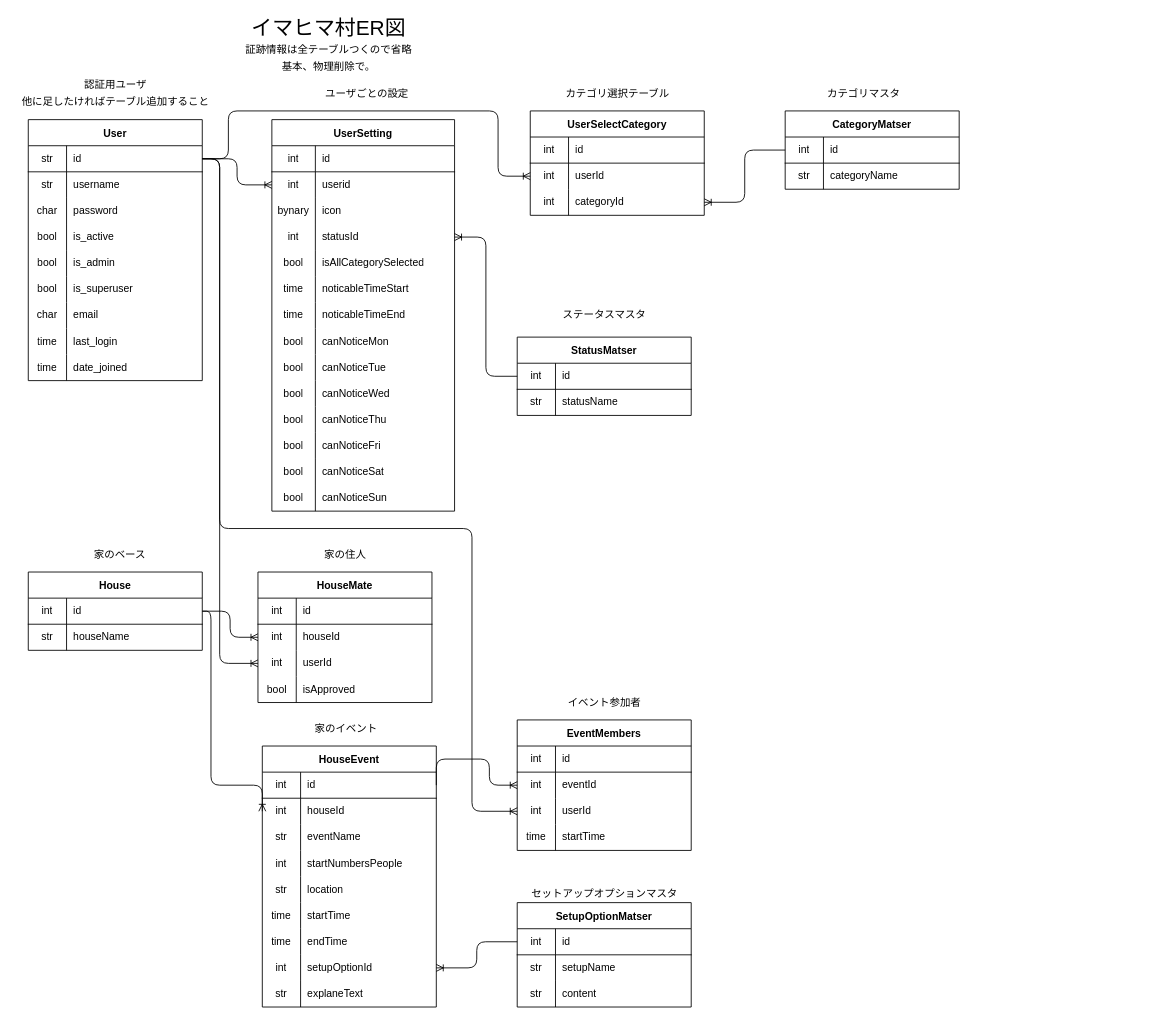
The draw.io diagram server/imahima_mura/ER.drawio in jafady/imahima_mura, before the edit. Source tidied: cells renumbered, new cells numbered last; positions are measured from the earlier drawing's top-left corner, leaving out a move shared by most shapes. Both pictures are drawn from the tidied source at 87%, with x=0, y=0 at pixel (15, 15).
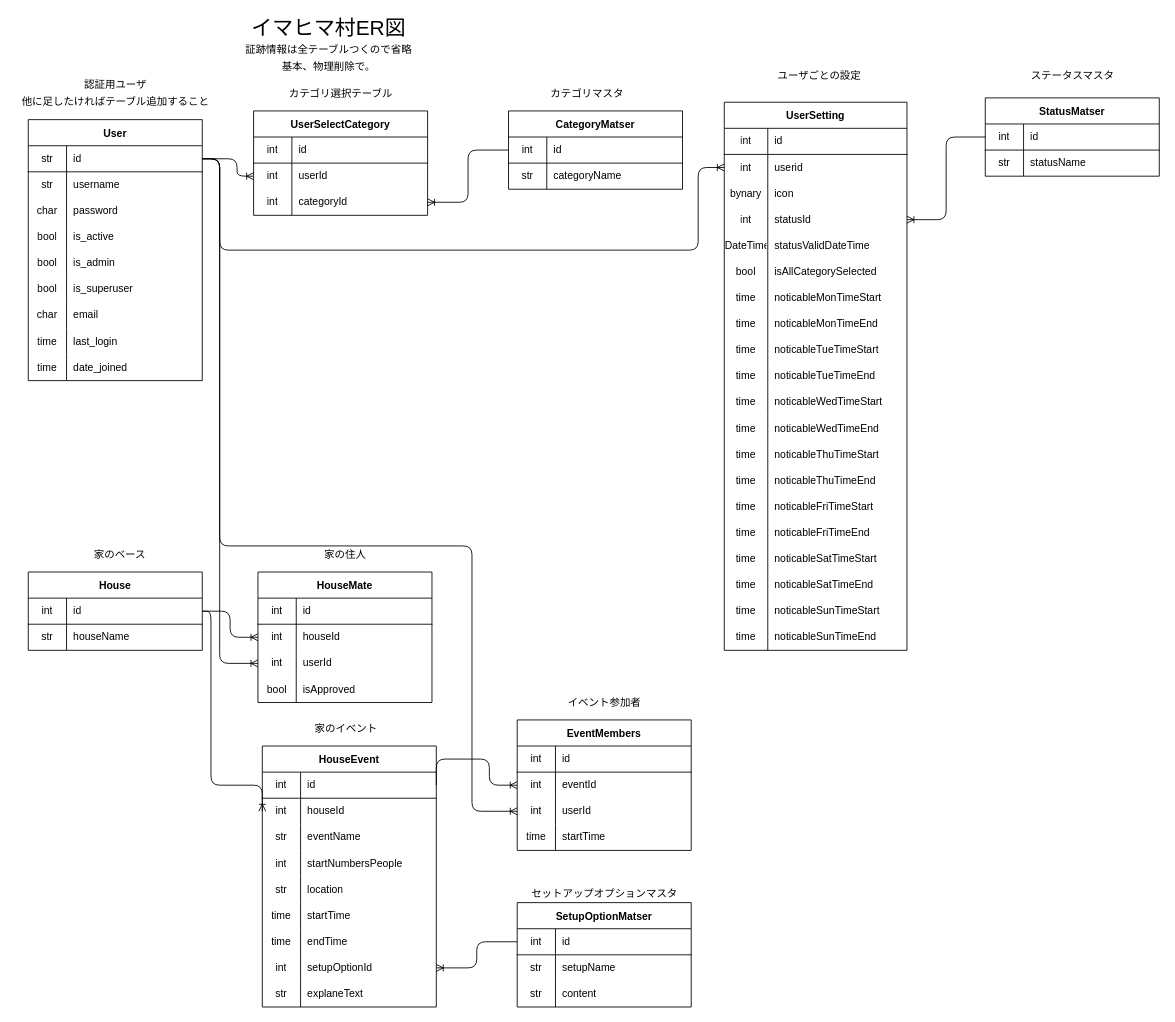
After the change.

Commit message (it also covers changes not shown here):
仕様整理(ステータスとヒマ時間)

Unchanged cells that the change refers to:
```xml
<mxCell id="3" style="shape=partialRectangle;html=1;whiteSpace=wrap;fillColor=none;top=0;left=0;bottom=1;right=0;points=[[0,0.5],[1,0.5]];portConstraint=eastwest;" parent="2" vertex="1">
  <mxGeometry y="30" width="200" height="30" as="geometry" />
</mxCell>
<mxCell id="37" style="shape=partialRectangle;html=1;whiteSpace=wrap;fillColor=none;top=0;left=0;bottom=0;right=0;points=[[0,0.5],[1,0.5]];portConstraint=eastwest;" parent="33" vertex="1">
  <mxGeometry y="60" width="210" height="30" as="geometry" />
</mxCell>
<mxCell id="58" style="shape=partialRectangle;html=1;whiteSpace=wrap;fillColor=none;top=0;left=0;bottom=0;right=0;" parent="33" vertex="1">
  <mxGeometry y="270" width="210" height="30" as="geometry" />
</mxCell>
<mxCell id="61" style="shape=partialRectangle;html=1;whiteSpace=wrap;fillColor=none;top=0;left=0;bottom=0;right=0;" parent="33" vertex="1">
  <mxGeometry y="300" width="210" height="30" as="geometry" />
</mxCell>
<mxCell id="64" style="shape=partialRectangle;html=1;whiteSpace=wrap;fillColor=none;top=0;left=0;bottom=0;right=0;" parent="33" vertex="1">
  <mxGeometry y="330" width="210" height="30" as="geometry" />
</mxCell>
<mxCell id="67" style="shape=partialRectangle;html=1;whiteSpace=wrap;fillColor=none;top=0;left=0;bottom=0;right=0;" parent="33" vertex="1">
  <mxGeometry y="360" width="210" height="30" as="geometry" />
</mxCell>
<mxCell id="70" style="shape=partialRectangle;html=1;whiteSpace=wrap;fillColor=none;top=0;left=0;bottom=0;right=0;" parent="33" vertex="1">
  <mxGeometry y="390" width="210" height="30" as="geometry" />
</mxCell>
<mxCell id="73" style="shape=partialRectangle;html=1;whiteSpace=wrap;fillColor=none;top=0;left=0;bottom=0;right=0;" parent="33" vertex="1">
  <mxGeometry y="420" width="210" height="30" as="geometry" />
</mxCell>
<mxCell id="83" style="shape=partialRectangle;html=1;whiteSpace=wrap;fillColor=none;top=0;left=0;bottom=0;right=0;points=[[0,0.5],[1,0.5]];portConstraint=eastwest;" parent="79" vertex="1">
  <mxGeometry y="60" width="200" height="30" as="geometry" />
</mxCell>
<mxCell id="182" style="shape=partialRectangle;html=1;whiteSpace=wrap;fillColor=none;top=0;left=0;bottom=0;right=0;points=[[0,0.5],[1,0.5]];portConstraint=eastwest;" parent="175" vertex="1">
  <mxGeometry y="90" width="200" height="30" as="geometry" />
</mxCell>
```

The edit, as a diff of the source:
```diff
@@
     <mxCell id="32" value="ユーザごとの設定" style="text;html=1;align=center;verticalAlign=middle;strokeColor=none;" parent="1" vertex="1">
-      <mxGeometry x="349" y="80" width="110" height="20" as="geometry" />
+      <mxGeometry x="869" y="60" width="110" height="20" as="geometry" />
     </mxCell>
     <mxCell id="33" value="UserSetting" style="shape=table;startSize=30;childLayout=tableLayout;rowLines=0;fontStyle=1;align=center;" parent="1" vertex="1">
-      <mxGeometry x="295" y="120" width="210" height="450" as="geometry" />
+      <mxGeometry x="815" y="100" width="210" height="630" as="geometry" />
     </mxCell>
@@
+    <mxCell id="192" style="shape=partialRectangle;html=1;whiteSpace=wrap;fillColor=none;top=0;left=0;bottom=0;right=0;" parent="33" vertex="1">
+      <mxGeometry y="150" width="210" height="30" as="geometry" />
+    </mxCell>
+    <mxCell id="193" value="DateTime" style="shape=partialRectangle;html=1;whiteSpace=wrap;fillColor=none;top=0;left=0;bottom=0;right=0;overflow=hidden;" parent="192" vertex="1">
+      <mxGeometry width="50" height="30" as="geometry" />
+    </mxCell>
+    <mxCell id="194" value="statusValidDateTime" style="shape=partialRectangle;html=1;whiteSpace=wrap;fillColor=none;top=0;left=0;bottom=0;right=0;align=left;spacingLeft=6;overflow=hidden;" parent="192" vertex="1">
+      <mxGeometry x="50" width="160" height="30" as="geometry" />
+    </mxCell>
     <mxCell id="46" style="shape=partialRectangle;html=1;whiteSpace=wrap;fillColor=none;top=0;left=0;bottom=0;right=0;" parent="33" vertex="1">
-      <mxGeometry y="150" width="210" height="30" as="geometry" />
+      <mxGeometry y="180" width="210" height="30" as="geometry" />
     </mxCell>
@@
     <mxCell id="49" style="shape=partialRectangle;html=1;whiteSpace=wrap;fillColor=none;top=0;left=0;bottom=0;right=0;" parent="33" vertex="1">
-      <mxGeometry y="180" width="210" height="30" as="geometry" />
+      <mxGeometry y="210" width="210" height="30" as="geometry" />
     </mxCell>
@@
-    <mxCell id="51" value="noticableTimeStart" style="shape=partialRectangle;html=1;whiteSpace=wrap;fillColor=none;top=0;left=0;bottom=0;right=0;align=left;spacingLeft=6;overflow=hidden;" parent="49" vertex="1">
+    <mxCell id="51" value="noticableMonTimeStart" style="shape=partialRectangle;html=1;whiteSpace=wrap;fillColor=none;top=0;left=0;bottom=0;right=0;align=left;spacingLeft=6;overflow=hidden;" parent="49" vertex="1">
       <mxGeometry x="50" width="160" height="30" as="geometry" />
     </mxCell>
     <mxCell id="52" style="shape=partialRectangle;html=1;whiteSpace=wrap;fillColor=none;top=0;left=0;bottom=0;right=0;" parent="33" vertex="1">
-      <mxGeometry y="210" width="210" height="30" as="geometry" />
+      <mxGeometry y="240" width="210" height="30" as="geometry" />
     </mxCell>
@@
-    <mxCell id="54" value="noticableTimeEnd" style="shape=partialRectangle;html=1;whiteSpace=wrap;fillColor=none;top=0;left=0;bottom=0;right=0;align=left;spacingLeft=6;overflow=hidden;" parent="52" vertex="1">
+    <mxCell id="54" value="noticableMonTimeEnd" style="shape=partialRectangle;html=1;whiteSpace=wrap;fillColor=none;top=0;left=0;bottom=0;right=0;align=left;spacingLeft=6;overflow=hidden;" parent="52" vertex="1">
       <mxGeometry x="50" width="160" height="30" as="geometry" />
     </mxCell>
-    <mxCell id="55" style="shape=partialRectangle;html=1;whiteSpace=wrap;fillColor=none;top=0;left=0;bottom=0;right=0;" parent="33" vertex="1">
-      <mxGeometry y="240" width="210" height="30" as="geometry" />
-    </mxCell>
-    <mxCell id="56" value="bool" style="shape=partialRectangle;html=1;whiteSpace=wrap;fillColor=none;top=0;left=0;bottom=0;right=0;overflow=hidden;" parent="55" vertex="1">
-      <mxGeometry width="50" height="30" as="geometry" />
-    </mxCell>
-    <mxCell id="57" value="canNoticeMon" style="shape=partialRectangle;html=1;whiteSpace=wrap;fillColor=none;top=0;left=0;bottom=0;right=0;align=left;spacingLeft=6;overflow=hidden;" parent="55" vertex="1">
-      <mxGeometry x="50" width="160" height="30" as="geometry" />
-    </mxCell>
@@
-    <mxCell id="59" value="bool" style="shape=partialRectangle;html=1;whiteSpace=wrap;fillColor=none;top=0;left=0;bottom=0;right=0;overflow=hidden;" parent="58" vertex="1">
-      <mxGeometry width="50" height="30" as="geometry" />
-    </mxCell>
-    <mxCell id="60" value="canNoticeTue" style="shape=partialRectangle;html=1;whiteSpace=wrap;fillColor=none;top=0;left=0;bottom=0;right=0;align=left;spacingLeft=6;overflow=hidden;" parent="58" vertex="1">
-      <mxGeometry x="50" width="160" height="30" as="geometry" />
-    </mxCell>
+    <mxCell id="195" value="time" style="shape=partialRectangle;html=1;whiteSpace=wrap;fillColor=none;top=0;left=0;bottom=0;right=0;overflow=hidden;" parent="58" vertex="1">
+      <mxGeometry width="50" height="30" as="geometry" />
+    </mxCell>
+    <mxCell id="196" value="noticableTueTimeStart" style="shape=partialRectangle;html=1;whiteSpace=wrap;fillColor=none;top=0;left=0;bottom=0;right=0;align=left;spacingLeft=6;overflow=hidden;" parent="58" vertex="1">
+      <mxGeometry x="50" width="160" height="30" as="geometry" />
+    </mxCell>
@@
-    <mxCell id="62" value="bool" style="shape=partialRectangle;html=1;whiteSpace=wrap;fillColor=none;top=0;left=0;bottom=0;right=0;overflow=hidden;" parent="61" vertex="1">
-      <mxGeometry width="50" height="30" as="geometry" />
-    </mxCell>
-    <mxCell id="63" value="canNoticeWed" style="shape=partialRectangle;html=1;whiteSpace=wrap;fillColor=none;top=0;left=0;bottom=0;right=0;align=left;spacingLeft=6;overflow=hidden;" parent="61" vertex="1">
-      <mxGeometry x="50" width="160" height="30" as="geometry" />
-    </mxCell>
+    <mxCell id="197" value="&lt;span&gt;time&lt;/span&gt;" style="shape=partialRectangle;html=1;whiteSpace=wrap;fillColor=none;top=0;left=0;bottom=0;right=0;overflow=hidden;" parent="61" vertex="1">
+      <mxGeometry width="50" height="30" as="geometry" />
+    </mxCell>
+    <mxCell id="198" value="noticableTueTimeEnd" style="shape=partialRectangle;html=1;whiteSpace=wrap;fillColor=none;top=0;left=0;bottom=0;right=0;align=left;spacingLeft=6;overflow=hidden;" parent="61" vertex="1">
+      <mxGeometry x="50" width="160" height="30" as="geometry" />
+    </mxCell>
@@
-    <mxCell id="65" value="bool" style="shape=partialRectangle;html=1;whiteSpace=wrap;fillColor=none;top=0;left=0;bottom=0;right=0;overflow=hidden;" parent="64" vertex="1">
-      <mxGeometry width="50" height="30" as="geometry" />
-    </mxCell>
-    <mxCell id="66" value="canNoticeThu" style="shape=partialRectangle;html=1;whiteSpace=wrap;fillColor=none;top=0;left=0;bottom=0;right=0;align=left;spacingLeft=6;overflow=hidden;" parent="64" vertex="1">
-      <mxGeometry x="50" width="160" height="30" as="geometry" />
-    </mxCell>
+    <mxCell id="199" value="time" style="shape=partialRectangle;html=1;whiteSpace=wrap;fillColor=none;top=0;left=0;bottom=0;right=0;overflow=hidden;" parent="64" vertex="1">
+      <mxGeometry width="50" height="30" as="geometry" />
+    </mxCell>
+    <mxCell id="200" value="noticableWedTimeStart" style="shape=partialRectangle;html=1;whiteSpace=wrap;fillColor=none;top=0;left=0;bottom=0;right=0;align=left;spacingLeft=6;overflow=hidden;" parent="64" vertex="1">
+      <mxGeometry x="50" width="160" height="30" as="geometry" />
+    </mxCell>
@@
-    <mxCell id="68" value="bool" style="shape=partialRectangle;html=1;whiteSpace=wrap;fillColor=none;top=0;left=0;bottom=0;right=0;overflow=hidden;" parent="67" vertex="1">
-      <mxGeometry width="50" height="30" as="geometry" />
-    </mxCell>
-    <mxCell id="69" value="canNoticeFri" style="shape=partialRectangle;html=1;whiteSpace=wrap;fillColor=none;top=0;left=0;bottom=0;right=0;align=left;spacingLeft=6;overflow=hidden;" parent="67" vertex="1">
-      <mxGeometry x="50" width="160" height="30" as="geometry" />
-    </mxCell>
+    <mxCell id="201" value="&lt;span&gt;time&lt;/span&gt;" style="shape=partialRectangle;html=1;whiteSpace=wrap;fillColor=none;top=0;left=0;bottom=0;right=0;overflow=hidden;" parent="67" vertex="1">
+      <mxGeometry width="50" height="30" as="geometry" />
+    </mxCell>
+    <mxCell id="202" value="noticableWedTimeEnd" style="shape=partialRectangle;html=1;whiteSpace=wrap;fillColor=none;top=0;left=0;bottom=0;right=0;align=left;spacingLeft=6;overflow=hidden;" parent="67" vertex="1">
+      <mxGeometry x="50" width="160" height="30" as="geometry" />
+    </mxCell>
@@
-    <mxCell id="71" value="bool" style="shape=partialRectangle;html=1;whiteSpace=wrap;fillColor=none;top=0;left=0;bottom=0;right=0;overflow=hidden;" parent="70" vertex="1">
-      <mxGeometry width="50" height="30" as="geometry" />
-    </mxCell>
-    <mxCell id="72" value="canNoticeSat" style="shape=partialRectangle;html=1;whiteSpace=wrap;fillColor=none;top=0;left=0;bottom=0;right=0;align=left;spacingLeft=6;overflow=hidden;" parent="70" vertex="1">
-      <mxGeometry x="50" width="160" height="30" as="geometry" />
-    </mxCell>
+    <mxCell id="203" value="time" style="shape=partialRectangle;html=1;whiteSpace=wrap;fillColor=none;top=0;left=0;bottom=0;right=0;overflow=hidden;" parent="70" vertex="1">
+      <mxGeometry width="50" height="30" as="geometry" />
+    </mxCell>
+    <mxCell id="204" value="noticableThuTimeStart" style="shape=partialRectangle;html=1;whiteSpace=wrap;fillColor=none;top=0;left=0;bottom=0;right=0;align=left;spacingLeft=6;overflow=hidden;" parent="70" vertex="1">
+      <mxGeometry x="50" width="160" height="30" as="geometry" />
+    </mxCell>
@@
-    <mxCell id="74" value="bool" style="shape=partialRectangle;html=1;whiteSpace=wrap;fillColor=none;top=0;left=0;bottom=0;right=0;overflow=hidden;" parent="73" vertex="1">
-      <mxGeometry width="50" height="30" as="geometry" />
-    </mxCell>
-    <mxCell id="75" value="canNoticeSun" style="shape=partialRectangle;html=1;whiteSpace=wrap;fillColor=none;top=0;left=0;bottom=0;right=0;align=left;spacingLeft=6;overflow=hidden;" parent="73" vertex="1">
-      <mxGeometry x="50" width="160" height="30" as="geometry" />
-    </mxCell>
+    <mxCell id="205" value="&lt;span&gt;time&lt;/span&gt;" style="shape=partialRectangle;html=1;whiteSpace=wrap;fillColor=none;top=0;left=0;bottom=0;right=0;overflow=hidden;" parent="73" vertex="1">
+      <mxGeometry width="50" height="30" as="geometry" />
+    </mxCell>
+    <mxCell id="206" value="noticableThuTimeEnd" style="shape=partialRectangle;html=1;whiteSpace=wrap;fillColor=none;top=0;left=0;bottom=0;right=0;align=left;spacingLeft=6;overflow=hidden;" parent="73" vertex="1">
+      <mxGeometry x="50" width="160" height="30" as="geometry" />
+    </mxCell>
+    <mxCell id="207" style="shape=partialRectangle;html=1;whiteSpace=wrap;fillColor=none;top=0;left=0;bottom=0;right=0;" parent="33" vertex="1">
+      <mxGeometry y="450" width="210" height="30" as="geometry" />
+    </mxCell>
+    <mxCell id="208" value="time" style="shape=partialRectangle;html=1;whiteSpace=wrap;fillColor=none;top=0;left=0;bottom=0;right=0;overflow=hidden;" parent="207" vertex="1">
+      <mxGeometry width="50" height="30" as="geometry" />
+    </mxCell>
+    <mxCell id="209" value="noticableFriTimeStart" style="shape=partialRectangle;html=1;whiteSpace=wrap;fillColor=none;top=0;left=0;bottom=0;right=0;align=left;spacingLeft=6;overflow=hidden;" parent="207" vertex="1">
+      <mxGeometry x="50" width="160" height="30" as="geometry" />
+    </mxCell>
+    <mxCell id="210" style="shape=partialRectangle;html=1;whiteSpace=wrap;fillColor=none;top=0;left=0;bottom=0;right=0;" parent="33" vertex="1">
+      <mxGeometry y="480" width="210" height="30" as="geometry" />
+    </mxCell>
+    <mxCell id="211" value="&lt;span&gt;time&lt;/span&gt;" style="shape=partialRectangle;html=1;whiteSpace=wrap;fillColor=none;top=0;left=0;bottom=0;right=0;overflow=hidden;" parent="210" vertex="1">
+      <mxGeometry width="50" height="30" as="geometry" />
+    </mxCell>
+    <mxCell id="212" value="noticableFriTimeEnd" style="shape=partialRectangle;html=1;whiteSpace=wrap;fillColor=none;top=0;left=0;bottom=0;right=0;align=left;spacingLeft=6;overflow=hidden;" parent="210" vertex="1">
+      <mxGeometry x="50" width="160" height="30" as="geometry" />
+    </mxCell>
+    <mxCell id="213" style="shape=partialRectangle;html=1;whiteSpace=wrap;fillColor=none;top=0;left=0;bottom=0;right=0;" parent="33" vertex="1">
+      <mxGeometry y="510" width="210" height="30" as="geometry" />
+    </mxCell>
+    <mxCell id="214" value="time" style="shape=partialRectangle;html=1;whiteSpace=wrap;fillColor=none;top=0;left=0;bottom=0;right=0;overflow=hidden;" parent="213" vertex="1">
+      <mxGeometry width="50" height="30" as="geometry" />
+    </mxCell>
+    <mxCell id="215" value="noticableSatTimeStart" style="shape=partialRectangle;html=1;whiteSpace=wrap;fillColor=none;top=0;left=0;bottom=0;right=0;align=left;spacingLeft=6;overflow=hidden;" parent="213" vertex="1">
+      <mxGeometry x="50" width="160" height="30" as="geometry" />
+    </mxCell>
+    <mxCell id="216" style="shape=partialRectangle;html=1;whiteSpace=wrap;fillColor=none;top=0;left=0;bottom=0;right=0;" parent="33" vertex="1">
+      <mxGeometry y="540" width="210" height="30" as="geometry" />
+    </mxCell>
+    <mxCell id="217" value="&lt;span&gt;time&lt;/span&gt;" style="shape=partialRectangle;html=1;whiteSpace=wrap;fillColor=none;top=0;left=0;bottom=0;right=0;overflow=hidden;" parent="216" vertex="1">
+      <mxGeometry width="50" height="30" as="geometry" />
+    </mxCell>
+    <mxCell id="218" value="noticableSatTimeEnd" style="shape=partialRectangle;html=1;whiteSpace=wrap;fillColor=none;top=0;left=0;bottom=0;right=0;align=left;spacingLeft=6;overflow=hidden;" parent="216" vertex="1">
+      <mxGeometry x="50" width="160" height="30" as="geometry" />
+    </mxCell>
+    <mxCell id="219" style="shape=partialRectangle;html=1;whiteSpace=wrap;fillColor=none;top=0;left=0;bottom=0;right=0;" parent="33" vertex="1">
+      <mxGeometry y="570" width="210" height="30" as="geometry" />
+    </mxCell>
+    <mxCell id="220" value="time" style="shape=partialRectangle;html=1;whiteSpace=wrap;fillColor=none;top=0;left=0;bottom=0;right=0;overflow=hidden;" parent="219" vertex="1">
+      <mxGeometry width="50" height="30" as="geometry" />
+    </mxCell>
+    <mxCell id="221" value="noticableSunTimeStart" style="shape=partialRectangle;html=1;whiteSpace=wrap;fillColor=none;top=0;left=0;bottom=0;right=0;align=left;spacingLeft=6;overflow=hidden;" parent="219" vertex="1">
+      <mxGeometry x="50" width="160" height="30" as="geometry" />
+    </mxCell>
+    <mxCell id="222" style="shape=partialRectangle;html=1;whiteSpace=wrap;fillColor=none;top=0;left=0;bottom=0;right=0;" parent="33" vertex="1">
+      <mxGeometry y="600" width="210" height="30" as="geometry" />
+    </mxCell>
+    <mxCell id="223" value="&lt;span&gt;time&lt;/span&gt;" style="shape=partialRectangle;html=1;whiteSpace=wrap;fillColor=none;top=0;left=0;bottom=0;right=0;overflow=hidden;" parent="222" vertex="1">
+      <mxGeometry width="50" height="30" as="geometry" />
+    </mxCell>
+    <mxCell id="224" value="noticableSunTimeEnd" style="shape=partialRectangle;html=1;whiteSpace=wrap;fillColor=none;top=0;left=0;bottom=0;right=0;align=left;spacingLeft=6;overflow=hidden;" parent="222" vertex="1">
+      <mxGeometry x="50" width="160" height="30" as="geometry" />
+    </mxCell>
     <mxCell id="76" value="ステータスマスタ" style="text;html=1;align=center;verticalAlign=middle;strokeColor=none;" parent="1" vertex="1">
-      <mxGeometry x="622" y="335" width="110" height="20" as="geometry" />
+      <mxGeometry x="1160" y="60" width="110" height="20" as="geometry" />
     </mxCell>
     <mxCell id="77" value="カテゴリ選択テーブル" style="text;html=1;align=center;verticalAlign=middle;strokeColor=none;" parent="1" vertex="1">
-      <mxGeometry x="622" y="80" width="140" height="20" as="geometry" />
+      <mxGeometry x="304" y="80" width="140" height="20" as="geometry" />
     </mxCell>
     <mxCell id="78" value="カテゴリマスタ" style="text;html=1;align=center;verticalAlign=middle;strokeColor=none;" parent="1" vertex="1">
-      <mxGeometry x="925" y="80" width="100" height="20" as="geometry" />
+      <mxGeometry x="607" y="80" width="100" height="20" as="geometry" />
     </mxCell>
     <mxCell id="79" value="UserSelectCategory" style="shape=table;startSize=30;childLayout=tableLayout;rowLines=0;fontStyle=1;align=center;" parent="1" vertex="1">
-      <mxGeometry x="592" y="110" width="200" height="120" as="geometry" />
+      <mxGeometry x="274" y="110" width="200" height="120" as="geometry" />
     </mxCell>
@@
     <mxCell id="89" value="StatusMatser" style="shape=table;startSize=30;childLayout=tableLayout;rowLines=0;fontStyle=1;align=center;" parent="1" vertex="1">
-      <mxGeometry x="577" y="370" width="200" height="90" as="geometry" />
+      <mxGeometry x="1115" y="95" width="200" height="90" as="geometry" />
     </mxCell>
@@
     <mxCell id="96" value="CategoryMatser" style="shape=table;startSize=30;childLayout=tableLayout;rowLines=0;fontStyle=1;align=center;" parent="1" vertex="1">
-      <mxGeometry x="885" y="110" width="200" height="90" as="geometry" />
+      <mxGeometry x="567" y="110" width="200" height="90" as="geometry" />
     </mxCell>
@@
     <mxCell id="103" style="edgeStyle=orthogonalEdgeStyle;html=1;exitX=1;exitY=0.5;exitDx=0;exitDy=0;entryX=0;entryY=0.5;entryDx=0;entryDy=0;endArrow=ERoneToMany;endFill=0;" parent="1" edge="1" source="3" target="83">
       <mxGeometry relative="1" as="geometry">
         <Array as="points">
-          <mxPoint x="245" y="165" />
-          <mxPoint x="245" y="110" />
-          <mxPoint x="555" y="110" />
-          <mxPoint x="555" y="185" />
+          <mxPoint x="255" y="165" />
+          <mxPoint x="255" y="185" />
         </Array>
       </mxGeometry>
     </mxCell>
@@
     <mxCell id="106" style="edgeStyle=orthogonalEdgeStyle;html=1;exitX=1;exitY=0.5;exitDx=0;exitDy=0;entryX=0;entryY=0.5;entryDx=0;entryDy=0;endArrow=ERoneToMany;endFill=0;" parent="1" edge="1" source="3" target="37">
-      <mxGeometry relative="1" as="geometry" />
+      <mxGeometry relative="1" as="geometry">
+        <Array as="points">
+          <mxPoint x="235" y="165" />
+          <mxPoint x="235" y="270" />
+          <mxPoint x="785" y="270" />
+          <mxPoint x="785" y="175" />
+        </Array>
+      </mxGeometry>
     </mxCell>
@@
     <mxCell id="190" style="edgeStyle=orthogonalEdgeStyle;html=1;exitX=1;exitY=0.5;exitDx=0;exitDy=0;entryX=0;entryY=0.5;entryDx=0;entryDy=0;fontSize=24;endArrow=ERoneToMany;endFill=0;" parent="1" edge="1" source="3" target="182">
       <mxGeometry relative="1" as="geometry">
         <Array as="points">
           <mxPoint x="235" y="165" />
-          <mxPoint x="235" y="590" />
-          <mxPoint x="525" y="590" />
+          <mxPoint x="235" y="610" />
+          <mxPoint x="525" y="610" />
           <mxPoint x="525" y="915" />
         </Array>
       </mxGeometry>
     </mxCell>
```
